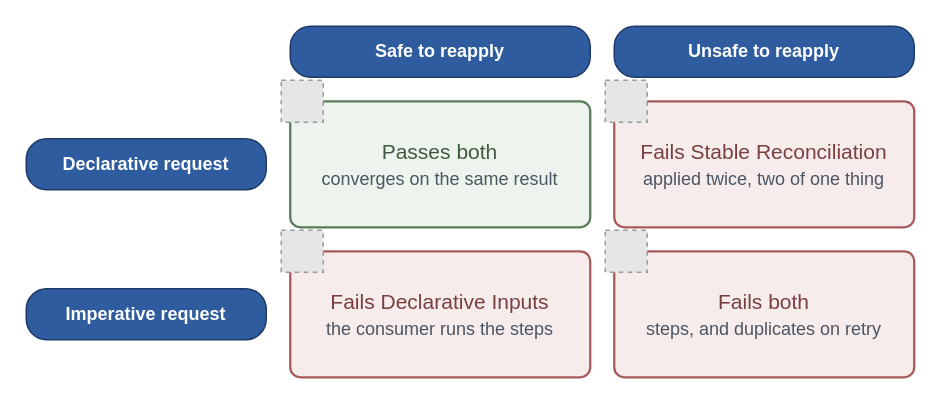
The draw.io diagram diagrams/factor-4-stable-reconciliation.drawio in missBerg/platform-capabilities, before the edit. Source tidied: cells renumbered, new cells numbered last; positions are measured from the earlier drawing's top-left corner, leaving out a move shared by most shapes. Both pictures are drawn from the tidied source at 150%, with x=0, y=0 at pixel (26, 26). Pictures stored in the file or linked from it are replaced by grey dashed boxes.
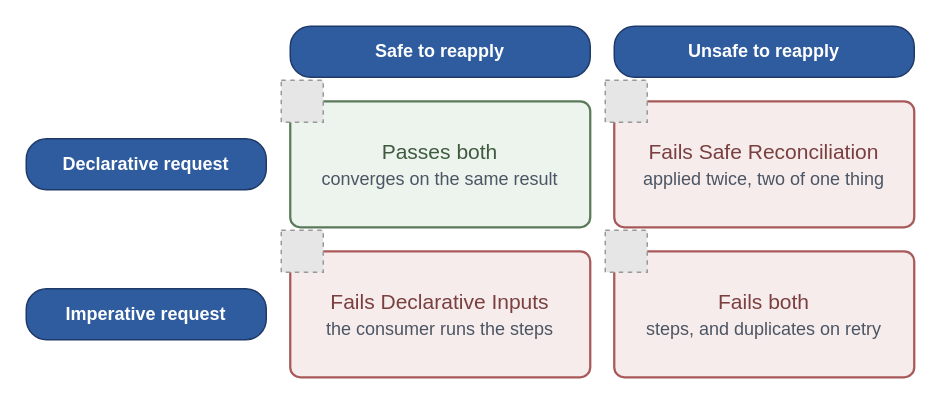
Above is the later version.

Change to the diagram source:
```diff
@@
 <mxGraphModel>
   <root>
     <mxCell id="0" />
     <mxCell id="1" parent="0" />
     <mxCell id="2" value="Safe to reapply" style="rounded=1;whiteSpace=wrap;html=1;arcSize=40;fillColor=#2E5C9E;strokeColor=#1F3A68;strokeWidth=1;fontColor=#FFFFFF;fontFamily=Helvetica;fontSize=12;fontStyle=1;align=center;verticalAlign=middle;shadow=0;" parent="1" vertex="1">
       <mxGeometry x="176" width="200" height="34" as="geometry" />
     </mxCell>
     <mxCell id="3" value="Unsafe to reapply" style="rounded=1;whiteSpace=wrap;html=1;arcSize=40;fillColor=#2E5C9E;strokeColor=#1F3A68;strokeWidth=1;fontColor=#FFFFFF;fontFamily=Helvetica;fontSize=12;fontStyle=1;align=center;verticalAlign=middle;shadow=0;" parent="1" vertex="1">
       <mxGeometry x="392" width="200" height="34" as="geometry" />
     </mxCell>
     <mxCell id="4" value="Declarative request" style="rounded=1;whiteSpace=wrap;html=1;arcSize=40;fillColor=#2E5C9E;strokeColor=#1F3A68;strokeWidth=1;fontColor=#FFFFFF;fontFamily=Helvetica;fontSize=12;fontStyle=1;align=center;verticalAlign=middle;shadow=0;" parent="1" vertex="1">
       <mxGeometry y="75" width="160" height="34" as="geometry" />
     </mxCell>
     <mxCell id="5" value="Passes both&lt;br&gt;&lt;font style=&quot;font-size: 12px&quot; color=&quot;#4B5563&quot;&gt;converges on the same result&lt;/font&gt;" style="rounded=1;whiteSpace=wrap;html=1;arcSize=8;strokeWidth=1.5;fontFamily=Helvetica;fontSize=14;align=center;verticalAlign=middle;shadow=0;fillColor=#EDF4ED;strokeColor=#5A7A5A;fontColor=#3F5A3F;" parent="1" vertex="1">
       <mxGeometry x="176" y="50" width="200" height="84" as="geometry" />
     </mxCell>
     <mxCell id="6" style="fillColor=#E6E6E6;strokeColor=#999999;dashed=1;verticalLabelPosition=bottom;verticalAlign=top;align=center;fontFamily=Helvetica;fontSize=14;fontColor=#1F3A68;" parent="1" vertex="1">
       <mxGeometry x="170" y="36" width="28" height="28" as="geometry" />
     </mxCell>
-    <mxCell id="7" value="Fails Stable Reconciliation&lt;br&gt;&lt;font style=&quot;font-size: 12px&quot; color=&quot;#4B5563&quot;&gt;applied twice, two of one thing&lt;/font&gt;" style="rounded=1;whiteSpace=wrap;html=1;arcSize=8;strokeWidth=1.5;fontFamily=Helvetica;fontSize=14;align=center;verticalAlign=middle;shadow=0;fillColor=#F7ECEC;strokeColor=#A85959;fontColor=#7A3F3F;" parent="1" vertex="1">
+    <mxCell id="7" value="Fails Safe Reconciliation&lt;br&gt;&lt;font style=&quot;font-size: 12px&quot; color=&quot;#4B5563&quot;&gt;applied twice, two of one thing&lt;/font&gt;" style="rounded=1;whiteSpace=wrap;html=1;arcSize=8;strokeWidth=1.5;fontFamily=Helvetica;fontSize=14;align=center;verticalAlign=middle;shadow=0;fillColor=#F7ECEC;strokeColor=#A85959;fontColor=#7A3F3F;" parent="1" vertex="1">
       <mxGeometry x="392" y="50" width="200" height="84" as="geometry" />
     </mxCell>
     <mxCell id="8" style="fillColor=#E6E6E6;strokeColor=#999999;dashed=1;verticalLabelPosition=bottom;verticalAlign=top;align=center;fontFamily=Helvetica;fontSize=14;fontColor=#1F3A68;" parent="1" vertex="1">
       <mxGeometry x="386" y="36" width="28" height="28" as="geometry" />
     </mxCell>
     <mxCell id="9" value="Imperative request" style="rounded=1;whiteSpace=wrap;html=1;arcSize=40;fillColor=#2E5C9E;strokeColor=#1F3A68;strokeWidth=1;fontColor=#FFFFFF;fontFamily=Helvetica;fontSize=12;fontStyle=1;align=center;verticalAlign=middle;shadow=0;" parent="1" vertex="1">
       <mxGeometry y="175" width="160" height="34" as="geometry" />
     </mxCell>
     <mxCell id="10" value="Fails Declarative Inputs&lt;br&gt;&lt;font style=&quot;font-size: 12px&quot; color=&quot;#4B5563&quot;&gt;the consumer runs the steps&lt;/font&gt;" style="rounded=1;whiteSpace=wrap;html=1;arcSize=8;strokeWidth=1.5;fontFamily=Helvetica;fontSize=14;align=center;verticalAlign=middle;shadow=0;fillColor=#F7ECEC;strokeColor=#A85959;fontColor=#7A3F3F;" parent="1" vertex="1">
       <mxGeometry x="176" y="150" width="200" height="84" as="geometry" />
     </mxCell>
     <mxCell id="11" style="fillColor=#E6E6E6;strokeColor=#999999;dashed=1;verticalLabelPosition=bottom;verticalAlign=top;align=center;fontFamily=Helvetica;fontSize=14;fontColor=#1F3A68;" parent="1" vertex="1">
       <mxGeometry x="170" y="136" width="28" height="28" as="geometry" />
     </mxCell>
     <mxCell id="12" value="Fails both&lt;br&gt;&lt;font style=&quot;font-size: 12px&quot; color=&quot;#4B5563&quot;&gt;steps, and duplicates on retry&lt;/font&gt;" style="rounded=1;whiteSpace=wrap;html=1;arcSize=8;strokeWidth=1.5;fontFamily=Helvetica;fontSize=14;align=center;verticalAlign=middle;shadow=0;fillColor=#F7ECEC;strokeColor=#A85959;fontColor=#7A3F3F;" parent="1" vertex="1">
       <mxGeometry x="392" y="150" width="200" height="84" as="geometry" />
     </mxCell>
     <mxCell id="13" style="fillColor=#E6E6E6;strokeColor=#999999;dashed=1;verticalLabelPosition=bottom;verticalAlign=top;align=center;fontFamily=Helvetica;fontSize=14;fontColor=#1F3A68;" parent="1" vertex="1">
       <mxGeometry x="386" y="136" width="28" height="28" as="geometry" />
     </mxCell>
   </root>
 </mxGraphModel>
```
